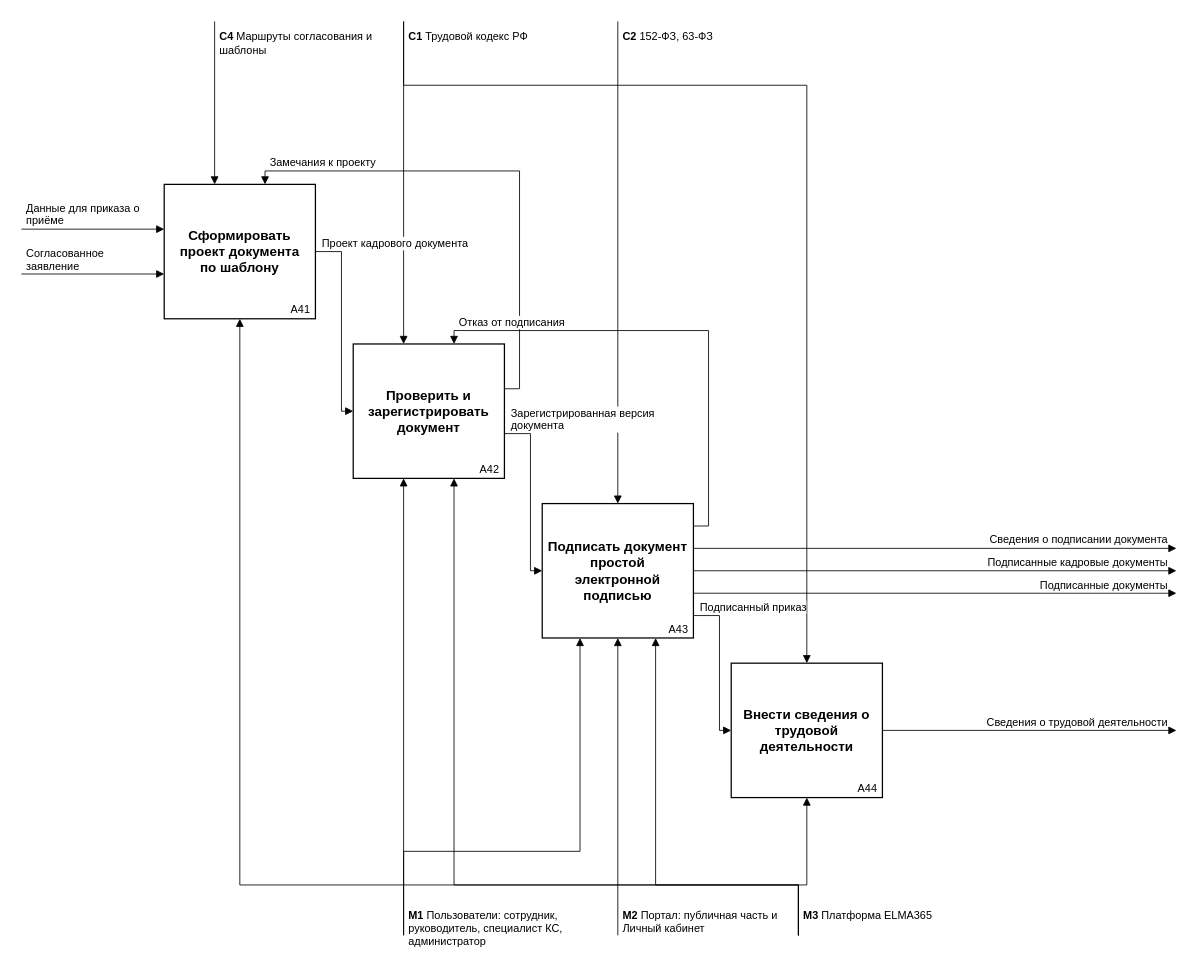
akkixx04/doc_management keeps this draw.io diagram as docs/диаграммы/drawio/1.5_IDEF0_A4_Детализация_Формировать_и_подписывать_документы.drawio. Above is the earlier version. Source tidied: cells renumbered, new cells numbered last; positions are measured from the earlier drawing's top-left corner, leaving out a move shared by most shapes. Both pictures are drawn from the tidied source at 84%, with x=0, y=0 at pixel (21, 21).
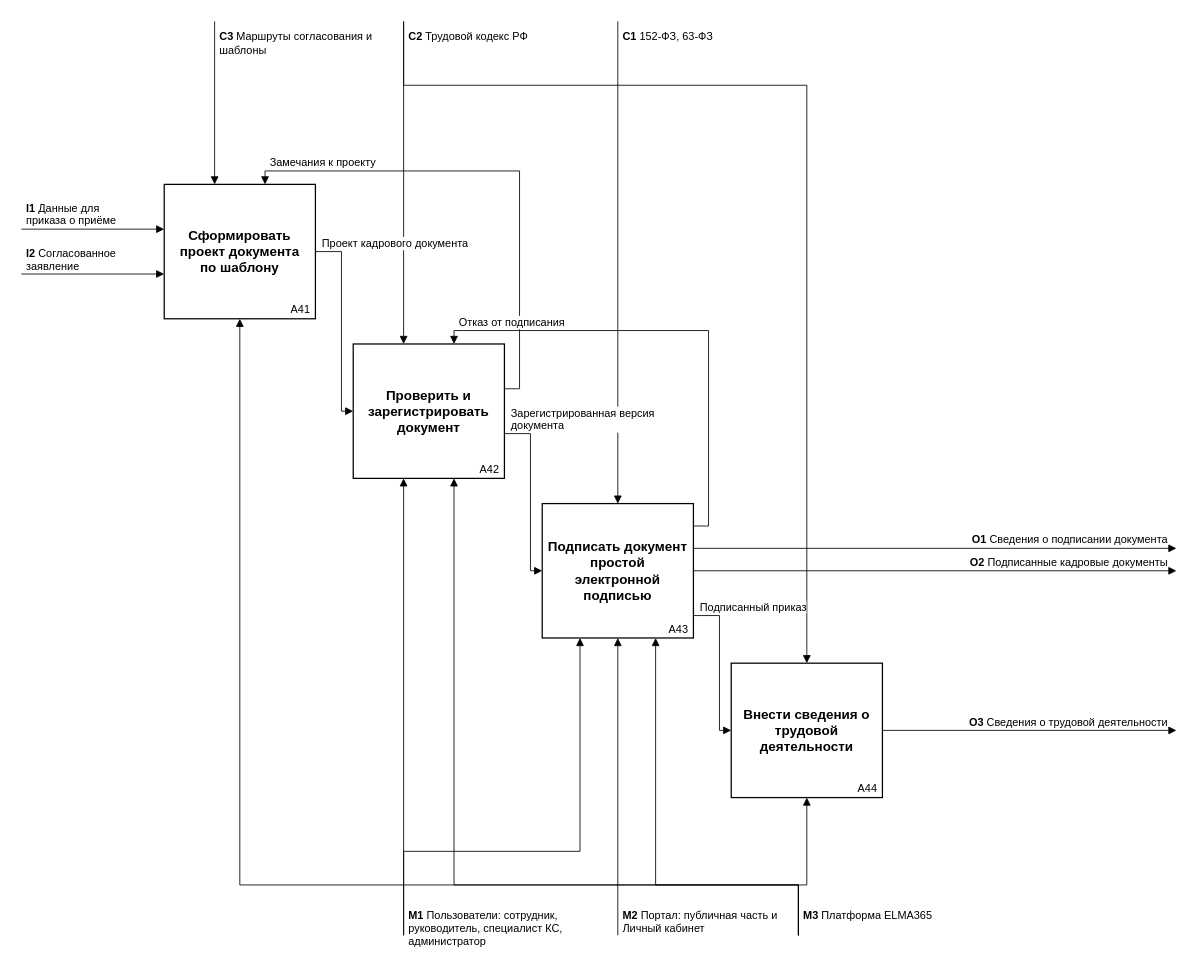
After the change.

Unchanged cells that the change refers to:
```xml
<mxCell id="28" value="&lt;b&gt;Подписать документ простой электронной подписью&lt;/b&gt;" style="rounded=0;whiteSpace=wrap;html=1;strokeWidth=1.5;fillColor=#ffffff;strokeColor=#000000;fontColor=#000000;fontFamily=Helvetica;fontSize=16;spacingLeft=6;spacingRight=6;" parent="1" vertex="1">
  <mxGeometry x="620" y="574" width="180" height="160" as="geometry" />
</mxCell>
```

Change to the diagram source:
```diff
@@
-    <mxCell id="10" style="edgeStyle=none;html=1;rounded=0;endArrow=block;endFill=1;endSize=7;strokeColor=#000000;strokeWidth=1;fontColor=#000000;fontFamily=Helvetica;exitX=1.0000;exitY=0.6669;exitDx=0;exitDy=0;exitPerimeter=0;fontSize=13;" parent="1" edge="1" source="28">
-      <mxGeometry relative="1" as="geometry">
-        <mxPoint x="1375" y="680.7" as="targetPoint" />
-      </mxGeometry>
-    </mxCell>
@@
-    <mxCell id="32" value="Данные для приказа о приёме" style="text;html=1;whiteSpace=wrap;align=left;verticalAlign=bottom;fontSize=13;spacing=0;labelBackgroundColor=#ffffff;spacingLeft=2;spacingRight=2;fontColor=#000000;fontFamily=Helvetica;" parent="1" vertex="1">
+    <mxCell id="32" value="&lt;b&gt;I1&lt;/b&gt; Данные для приказа о приёме" style="text;html=1;whiteSpace=wrap;align=left;verticalAlign=bottom;fontSize=13;spacing=0;labelBackgroundColor=#ffffff;spacingLeft=2;spacingRight=2;fontColor=#000000;fontFamily=Helvetica;" parent="1" vertex="1">
       <mxGeometry x="4" y="216.3" width="140" height="30" as="geometry" />
     </mxCell>
-    <mxCell id="33" value="Согласованное заявление" style="text;html=1;whiteSpace=wrap;align=left;verticalAlign=bottom;fontSize=13;spacing=0;labelBackgroundColor=#ffffff;spacingLeft=2;spacingRight=2;fontColor=#000000;fontFamily=Helvetica;" parent="1" vertex="1">
+    <mxCell id="33" value="&lt;b&gt;I2&lt;/b&gt; Согласованное заявление" style="text;html=1;whiteSpace=wrap;align=left;verticalAlign=bottom;fontSize=13;spacing=0;labelBackgroundColor=#ffffff;spacingLeft=2;spacingRight=2;fontColor=#000000;fontFamily=Helvetica;" parent="1" vertex="1">
       <mxGeometry x="4" y="269.7" width="140" height="30" as="geometry" />
     </mxCell>
@@
-    <mxCell id="38" value="Сведения о подписании документа" style="text;html=1;whiteSpace=wrap;align=right;verticalAlign=bottom;fontSize=13;spacing=0;labelBackgroundColor=#ffffff;spacingLeft=2;spacingRight=2;fontColor=#000000;fontFamily=Helvetica;" parent="1" vertex="1">
+    <mxCell id="38" value="&lt;b&gt;O1&lt;/b&gt; Сведения о подписании документа" style="text;html=1;whiteSpace=wrap;align=right;verticalAlign=bottom;fontSize=13;spacing=0;labelBackgroundColor=#ffffff;spacingLeft=2;spacingRight=2;fontColor=#000000;fontFamily=Helvetica;" parent="1" vertex="1">
       <mxGeometry x="1085" y="592.3" width="282" height="34" as="geometry" />
     </mxCell>
-    <mxCell id="39" value="Подписанные кадровые документы" style="text;html=1;whiteSpace=wrap;align=right;verticalAlign=bottom;fontSize=13;spacing=0;labelBackgroundColor=#ffffff;spacingLeft=2;spacingRight=2;fontColor=#000000;fontFamily=Helvetica;" parent="1" vertex="1">
+    <mxCell id="39" value="&lt;b&gt;O2&lt;/b&gt; Подписанные кадровые документы" style="text;html=1;whiteSpace=wrap;align=right;verticalAlign=bottom;fontSize=13;spacing=0;labelBackgroundColor=#ffffff;spacingLeft=2;spacingRight=2;fontColor=#000000;fontFamily=Helvetica;" parent="1" vertex="1">
       <mxGeometry x="1085" y="619" width="282" height="34" as="geometry" />
     </mxCell>
-    <mxCell id="40" value="Подписанные документы" style="text;html=1;whiteSpace=wrap;align=right;verticalAlign=bottom;fontSize=13;spacing=0;labelBackgroundColor=#ffffff;spacingLeft=2;spacingRight=2;fontColor=#000000;fontFamily=Helvetica;" parent="1" vertex="1">
-      <mxGeometry x="1085" y="645.7" width="282" height="34" as="geometry" />
-    </mxCell>
@@
-    <mxCell id="42" value="Сведения о трудовой деятельности" style="text;html=1;whiteSpace=wrap;align=right;verticalAlign=bottom;fontSize=13;spacing=0;labelBackgroundColor=#ffffff;spacingLeft=2;spacingRight=2;fontColor=#000000;fontFamily=Helvetica;" parent="1" vertex="1">
+    <mxCell id="42" value="&lt;b&gt;O3&lt;/b&gt; Сведения о трудовой деятельности" style="text;html=1;whiteSpace=wrap;align=right;verticalAlign=bottom;fontSize=13;spacing=0;labelBackgroundColor=#ffffff;spacingLeft=2;spacingRight=2;fontColor=#000000;fontFamily=Helvetica;" parent="1" vertex="1">
       <mxGeometry x="1085" y="809" width="282" height="34" as="geometry" />
     </mxCell>
-    <mxCell id="43" value="&lt;b&gt;C4&lt;/b&gt; Маршруты согласования и шаблоны" style="text;html=1;whiteSpace=wrap;align=left;verticalAlign=top;fontSize=13;spacing=0;labelBackgroundColor=#ffffff;spacingLeft=2;spacingRight=2;fontColor=#000000;fontFamily=Helvetica;" parent="1" vertex="1">
+    <mxCell id="43" value="&lt;b&gt;C3&lt;/b&gt; Маршруты согласования и шаблоны" style="text;html=1;whiteSpace=wrap;align=left;verticalAlign=top;fontSize=13;spacing=0;labelBackgroundColor=#ffffff;spacingLeft=2;spacingRight=2;fontColor=#000000;fontFamily=Helvetica;" parent="1" vertex="1">
       <mxGeometry x="234" y="6" width="198" height="34" as="geometry" />
     </mxCell>
-    <mxCell id="44" value="&lt;b&gt;C1&lt;/b&gt; Трудовой кодекс РФ" style="text;html=1;whiteSpace=wrap;align=left;verticalAlign=top;fontSize=13;spacing=0;labelBackgroundColor=#ffffff;spacingLeft=2;spacingRight=2;fontColor=#000000;fontFamily=Helvetica;" parent="1" vertex="1">
+    <mxCell id="44" value="&lt;b&gt;C2&lt;/b&gt; Трудовой кодекс РФ" style="text;html=1;whiteSpace=wrap;align=left;verticalAlign=top;fontSize=13;spacing=0;labelBackgroundColor=#ffffff;spacingLeft=2;spacingRight=2;fontColor=#000000;fontFamily=Helvetica;" parent="1" vertex="1">
       <mxGeometry x="459" y="6" width="198" height="34" as="geometry" />
     </mxCell>
-    <mxCell id="45" value="&lt;b&gt;C2&lt;/b&gt; 152-ФЗ, 63-ФЗ" style="text;html=1;whiteSpace=wrap;align=left;verticalAlign=top;fontSize=13;spacing=0;labelBackgroundColor=#ffffff;spacingLeft=2;spacingRight=2;fontColor=#000000;fontFamily=Helvetica;" parent="1" vertex="1">
+    <mxCell id="45" value="&lt;b&gt;C1&lt;/b&gt; 152-ФЗ, 63-ФЗ" style="text;html=1;whiteSpace=wrap;align=left;verticalAlign=top;fontSize=13;spacing=0;labelBackgroundColor=#ffffff;spacingLeft=2;spacingRight=2;fontColor=#000000;fontFamily=Helvetica;" parent="1" vertex="1">
       <mxGeometry x="714" y="6" width="198" height="34" as="geometry" />
     </mxCell>
```
